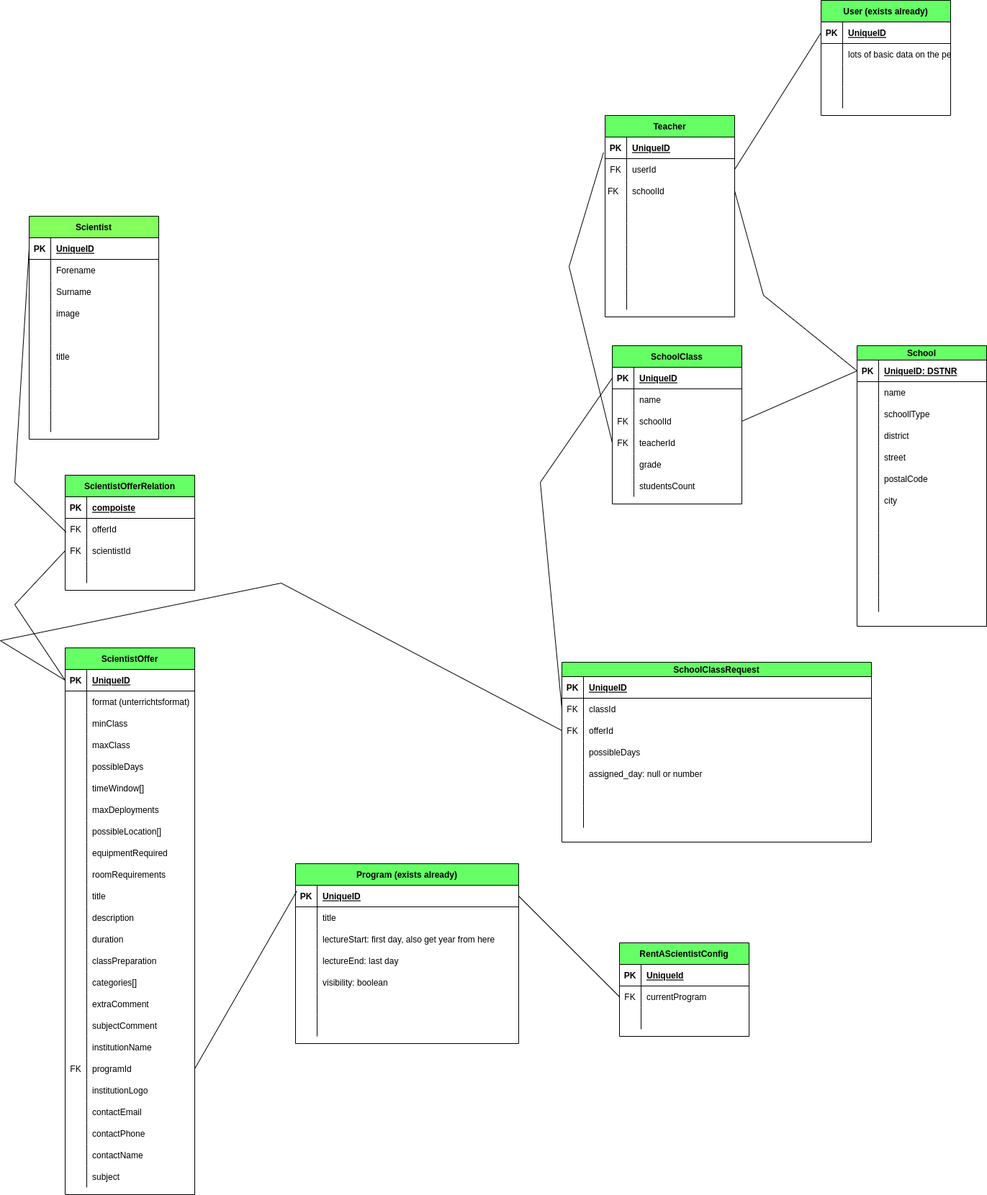
The draw.io diagram rent-a-scientist-er.png in eduhub-org/eduhub, before a commit. Source tidied: cells renumbered, new cells last; positions are measured from the earlier drawing's top-left corner, leaving out a move shared by most shapes.
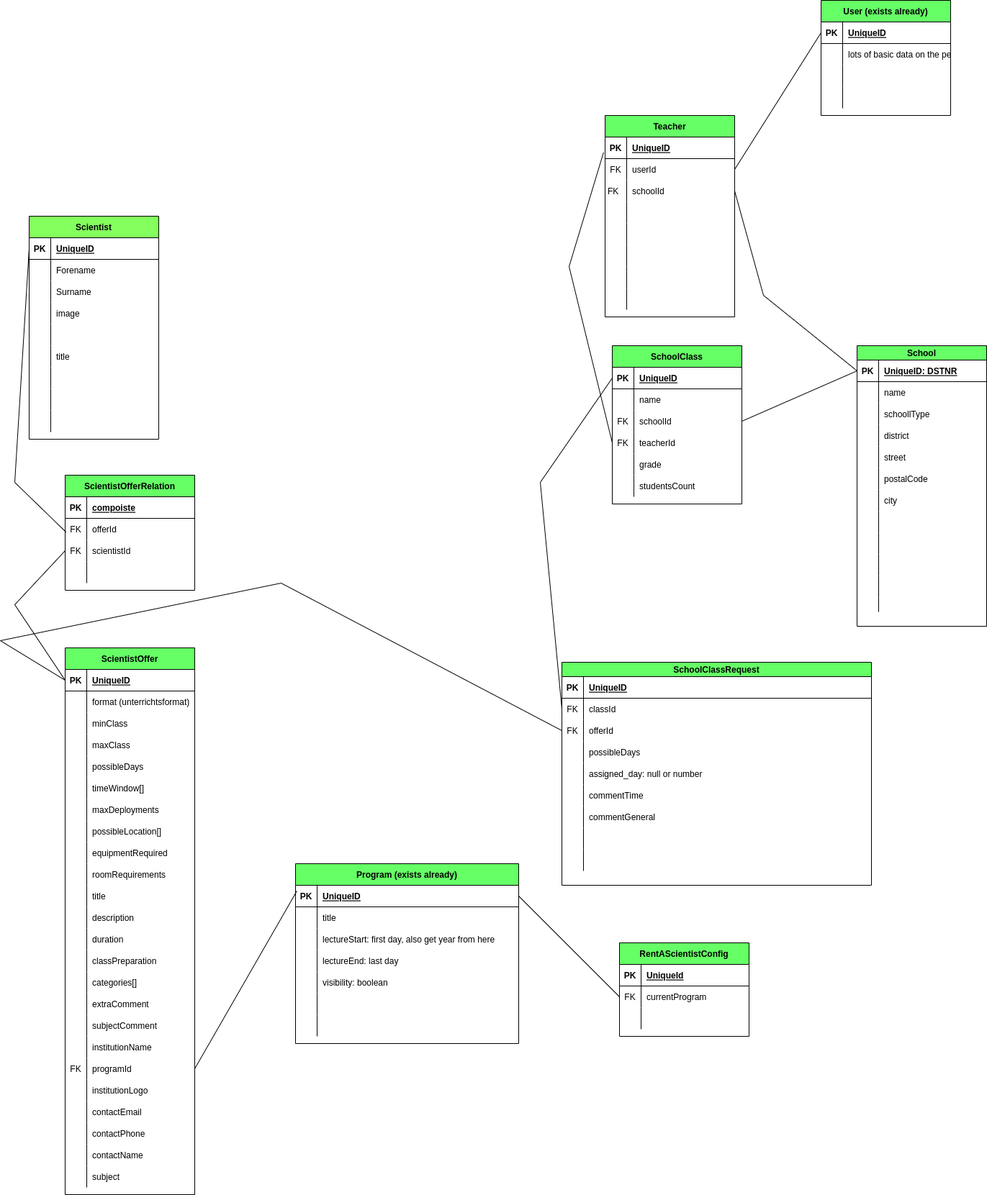
After the change.

Change to the diagram source:
```diff
@@ -548,7 +548,7 @@
       </mxGeometry>
     </mxCell>
     <mxCell id="177" value="SchoolClassRequest" style="shape=table;startSize=20;rowLines=0;fontStyle=1;align=center;fillColor=#66FF66;" parent="1" vertex="1">
-      <mxGeometry x="780" y="920" width="430" height="250" as="geometry" />
+      <mxGeometry x="780" y="920" width="430" height="310" as="geometry" />
     </mxCell>
     <mxCell id="178" style="shape=tableRow;horizontal=0;startSize=0;swimlaneHead=0;swimlaneBody=0;fillColor=none;top=0;left=0;right=0;bottom=1;" parent="177" vertex="1">
       <mxGeometry y="20" width="430" height="30" as="geometry" />
@@ -595,17 +595,35 @@
     <mxCell id="192" value="assigned_day: null or number" style="shape=partialRectangle;fillColor=none;top=0;left=0;bottom=0;right=0;align=left;spacingLeft=6;overflow=hidden;" parent="190" vertex="1">
       <mxGeometry x="30" width="400" height="30" as="geometry" />
     </mxCell>
+    <mxCell id="274" style="shape=tableRow;horizontal=0;startSize=0;swimlaneHead=0;swimlaneBody=0;fillColor=none;top=0;left=0;right=0;bottom=0;" parent="177" vertex="1">
+      <mxGeometry y="170" width="430" height="30" as="geometry" />
+    </mxCell>
+    <mxCell id="275" style="shape=partialRectangle;fillColor=none;top=0;left=0;bottom=0;right=0;overflow=hidden;" parent="274" vertex="1">
+      <mxGeometry width="30" height="30" as="geometry" />
+    </mxCell>
+    <mxCell id="276" value="commentTime" style="shape=partialRectangle;fillColor=none;top=0;left=0;bottom=0;right=0;align=left;spacingLeft=6;overflow=hidden;" parent="274" vertex="1">
+      <mxGeometry x="30" width="400" height="30" as="geometry" />
+    </mxCell>
     <mxCell id="193" style="shape=tableRow;horizontal=0;startSize=0;swimlaneHead=0;swimlaneBody=0;fillColor=none;top=0;left=0;right=0;bottom=0;" parent="177" vertex="1">
-      <mxGeometry y="170" width="430" height="30" as="geometry" />
+      <mxGeometry y="200" width="430" height="30" as="geometry" />
     </mxCell>
     <mxCell id="194" style="shape=partialRectangle;fillColor=none;top=0;left=0;bottom=0;right=0;overflow=hidden;" parent="193" vertex="1">
       <mxGeometry width="30" height="30" as="geometry" />
     </mxCell>
-    <mxCell id="195" style="shape=partialRectangle;fillColor=none;top=0;left=0;bottom=0;right=0;align=left;spacingLeft=6;overflow=hidden;" parent="193" vertex="1">
+    <mxCell id="195" value="commentGeneral" style="shape=partialRectangle;fillColor=none;top=0;left=0;bottom=0;right=0;align=left;spacingLeft=6;overflow=hidden;" parent="193" vertex="1">
       <mxGeometry x="30" width="400" height="30" as="geometry" />
     </mxCell>
+    <mxCell id="277" style="shape=tableRow;horizontal=0;startSize=0;swimlaneHead=0;swimlaneBody=0;fillColor=none;top=0;left=0;right=0;bottom=0;" parent="177" vertex="1">
+      <mxGeometry y="230" width="430" height="30" as="geometry" />
+    </mxCell>
+    <mxCell id="278" style="shape=partialRectangle;fillColor=none;top=0;left=0;bottom=0;right=0;overflow=hidden;" parent="277" vertex="1">
+      <mxGeometry width="30" height="30" as="geometry" />
+    </mxCell>
+    <mxCell id="279" style="shape=partialRectangle;fillColor=none;top=0;left=0;bottom=0;right=0;align=left;spacingLeft=6;overflow=hidden;" parent="277" vertex="1">
+      <mxGeometry x="30" width="400" height="30" as="geometry" />
+    </mxCell>
     <mxCell id="196" style="shape=tableRow;horizontal=0;startSize=0;swimlaneHead=0;swimlaneBody=0;fillColor=none;top=0;left=0;right=0;bottom=0;" parent="177" vertex="1">
-      <mxGeometry y="200" width="430" height="30" as="geometry" />
+      <mxGeometry y="260" width="430" height="30" as="geometry" />
     </mxCell>
     <mxCell id="197" style="shape=partialRectangle;fillColor=none;top=0;left=0;bottom=0;right=0;overflow=hidden;" parent="196" vertex="1">
       <mxGeometry width="30" height="30" as="geometry" />
```
